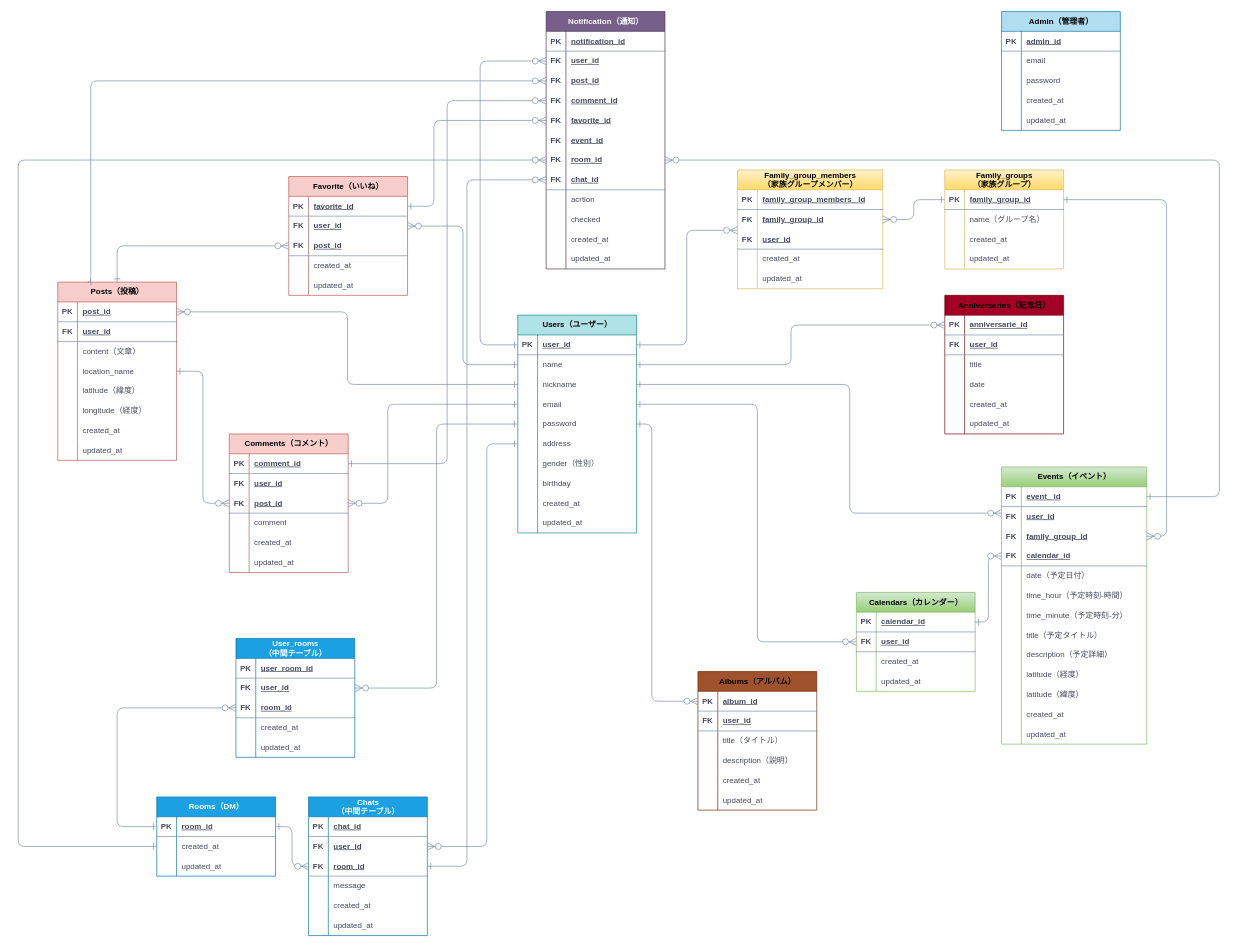
Ganmo3/drawio keeps this draw.io diagram as 家族インフラ.drawio. Above is the earlier version. Source tidied: cells renumbered, new cells numbered last; positions are measured from the earlier drawing's top-left corner, leaving out a move shared by most shapes. Both pictures are drawn from the tidied source at 66%, with x=0, y=0 at pixel (18, -22).
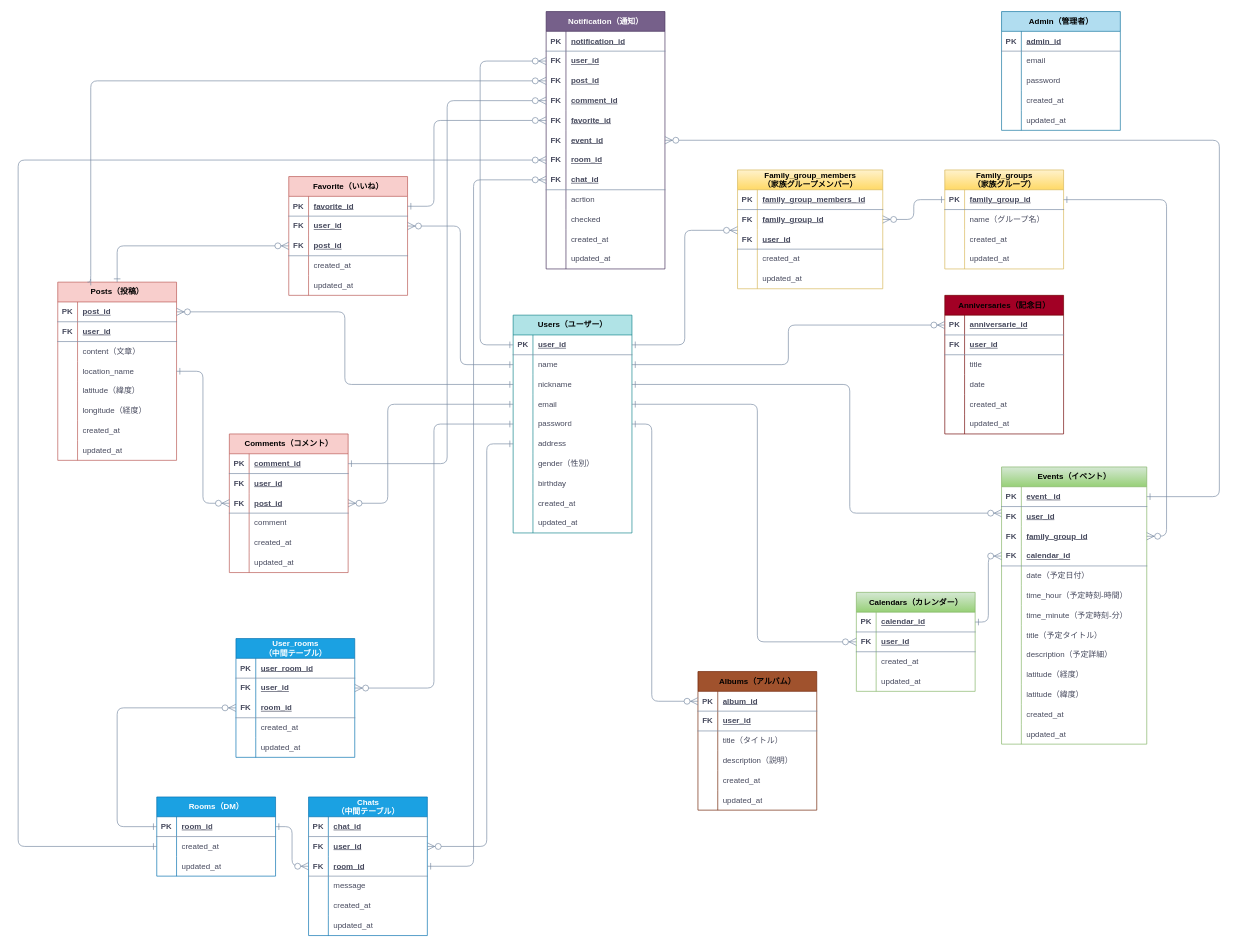
The same page after the edit.

Commit message (it also covers changes not shown here):
家族インフラ.drawio を更新します

Unchanged cells that the change refers to:
```xml
<mxCell id="146" style="shape=tableRow;horizontal=0;startSize=0;swimlaneHead=0;swimlaneBody=0;fillColor=none;points=[[0,0.5],[1,0.5]];portConstraint=eastwest;top=0;left=0;right=0;bottom=1;strokeColor=#788AA3;fontFamily=Helvetica;fontSize=12;fontColor=#46495D;html=1;labelBackgroundColor=none;" parent="145" vertex="1">
  <mxGeometry y="30" width="220" height="30" as="geometry" />
</mxCell>
<mxCell id="261" style="shape=tableRow;horizontal=0;startSize=0;swimlaneHead=0;swimlaneBody=0;fillColor=none;points=[[0,0.5],[1,0.5]];portConstraint=eastwest;top=0;left=0;right=0;bottom=1;strokeColor=#788AA3;fontFamily=Helvetica;fontSize=12;fontColor=#46495D;html=1;labelBackgroundColor=none;" parent="254" vertex="1">
  <mxGeometry y="90" width="180" height="30" as="geometry" />
</mxCell>
<mxCell id="313" style="shape=tableRow;horizontal=0;startSize=0;swimlaneHead=0;swimlaneBody=0;fillColor=none;points=[[0,0.5],[1,0.5]];portConstraint=eastwest;top=0;left=0;right=0;bottom=0;strokeColor=#788AA3;fontFamily=Helvetica;fontSize=12;fontColor=#46495D;html=1;labelBackgroundColor=none;" parent="297" vertex="1">
  <mxGeometry y="180" width="180" height="30" as="geometry" />
</mxCell>
<mxCell id="316" style="shape=tableRow;horizontal=0;startSize=0;swimlaneHead=0;swimlaneBody=0;fillColor=none;points=[[0,0.5],[1,0.5]];portConstraint=eastwest;top=0;left=0;right=0;bottom=0;strokeColor=#788AA3;fontFamily=Helvetica;fontSize=12;fontColor=#46495D;html=1;labelBackgroundColor=none;" parent="297" vertex="1">
  <mxGeometry y="210" width="180" height="30" as="geometry" />
</mxCell>
<mxCell id="319" style="shape=tableRow;horizontal=0;startSize=0;swimlaneHead=0;swimlaneBody=0;fillColor=none;points=[[0,0.5],[1,0.5]];portConstraint=eastwest;top=0;left=0;right=0;bottom=1;strokeColor=#788AA3;fontFamily=Helvetica;fontSize=12;fontColor=#46495D;html=1;labelBackgroundColor=none;" parent="297" vertex="1">
  <mxGeometry y="240" width="180" height="30" as="geometry" />
</mxCell>
```

Change to the diagram source:
```diff
@@
     <mxCell id="18" value="&lt;font color=&quot;#000000&quot;&gt;Users（ユーザー）&lt;/font&gt;" style="shape=table;startSize=30;childLayout=tableLayout;rowLines=0;fontStyle=1;align=center;html=1;fontFamily=Helvetica;fontSize=12;fillColor=#b0e3e6;labelBackgroundColor=none;strokeColor=#0e8088;" parent="1" vertex="1">
-      <mxGeometry x="757" y="510" width="180" height="330" as="geometry" />
+      <mxGeometry x="750" y="510" width="180" height="330" as="geometry" />
     </mxCell>
@@
     <mxCell id="334" style="edgeStyle=elbowEdgeStyle;fontSize=12;html=1;endArrow=ERzeroToMany;endFill=1;fontFamily=Helvetica;fontColor=default;startSize=8;rounded=1;startArrow=ERone;startFill=0;endSize=9;labelBackgroundColor=none;strokeColor=#788AA3;exitX=1;exitY=0.5;exitDx=0;exitDy=0;entryX=0;entryY=0.5;entryDx=0;entryDy=0;" parent="1" edge="1" source="261" target="319">
       <mxGeometry relative="1" as="geometry">
         <Array as="points">
-          <mxPoint x="680" y="740" />
+          <mxPoint x="690" y="830" />
         </Array>
       </mxGeometry>
     </mxCell>
@@
-    <mxCell id="338" style="edgeStyle=elbowEdgeStyle;fontSize=12;html=1;endArrow=ERzeroToMany;endFill=1;rounded=1;fontFamily=Helvetica;fontColor=default;startSize=8;startArrow=ERone;startFill=0;endSize=9;labelBackgroundColor=none;strokeColor=#788AA3;exitX=1;exitY=0.5;exitDx=0;exitDy=0;" parent="1" edge="1" source="146" target="316">
+    <mxCell id="338" style="edgeStyle=elbowEdgeStyle;fontSize=12;html=1;endArrow=ERzeroToMany;endFill=1;rounded=1;fontFamily=Helvetica;fontColor=default;startSize=8;startArrow=ERone;startFill=0;endSize=9;labelBackgroundColor=none;strokeColor=#788AA3;exitX=1;exitY=0.5;exitDx=0;exitDy=0;entryX=1;entryY=0.5;entryDx=0;entryDy=0;" parent="1" edge="1" source="146" target="313">
       <mxGeometry relative="1" as="geometry">
         <Array as="points">
           <mxPoint x="1820" />
         </Array>
       </mxGeometry>
     </mxCell>
```
